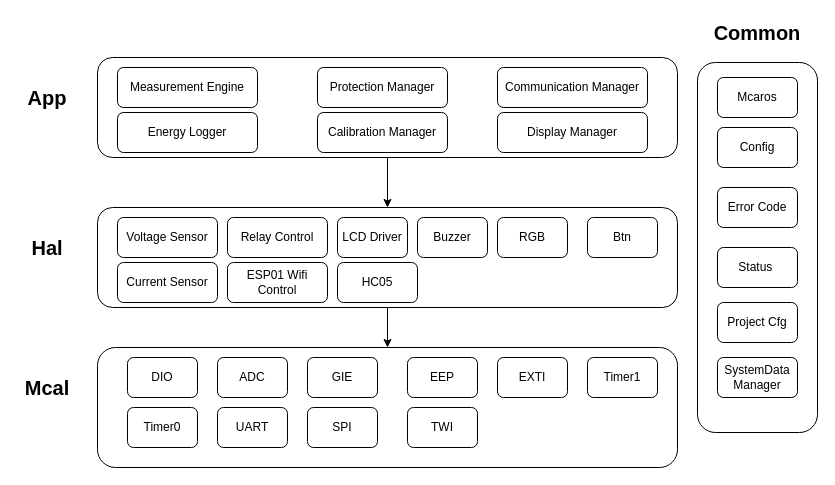
Before: Design/ProjectUMLDigrams/ComponentDigrams/ComponentDigram.drawio in Gestell-Solution/Smart_Energy_Management_System, a draw.io diagram. Source tidied: cells renumbered, new cells numbered last; positions are measured from the earlier drawing's top-left corner, leaving out a move shared by most shapes. Both pictures are drawn from the tidied source at 100%, with x=0, y=0 at pixel (17, 17).
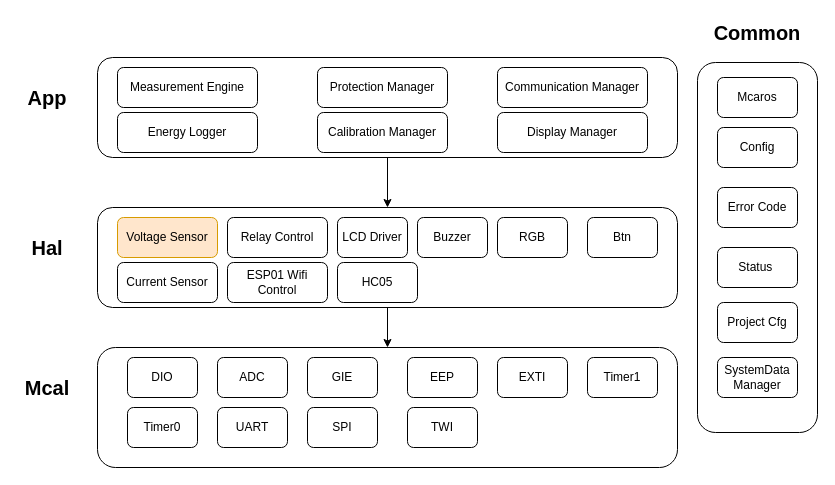
After the change.

The edit, as a diff of the source:
```diff
@@
-    <mxCell id="12" value="Voltage Sensor" style="rounded=1;whiteSpace=wrap;html=1;" parent="1" vertex="1">
+    <mxCell id="12" value="Voltage Sensor" style="rounded=1;whiteSpace=wrap;html=1;fillColor=#ffe6cc;strokeColor=#d79b00;" parent="1" vertex="1">
       <mxGeometry x="100" y="200" width="100" height="40" as="geometry" />
     </mxCell>
```
